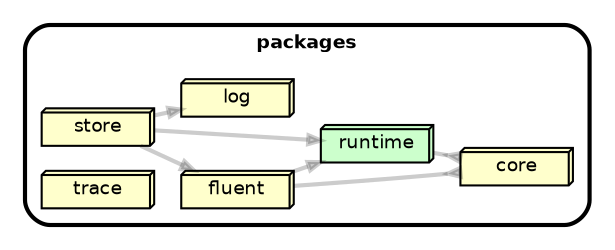
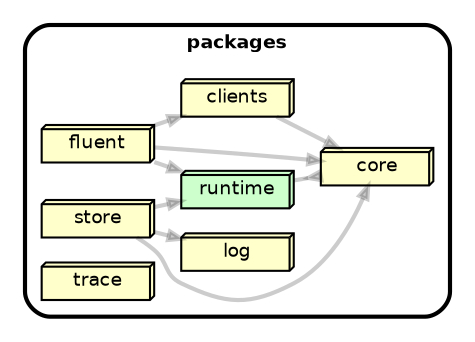
strict digraph "dependency-cruiser output"{
    rankdir="LR" splines="true" overlap="false" nodesep="0.16" ranksep="0.18" fontname="Helvetica-bold" fontsize="9" style="rounded,bold,filled" fillcolor="#ffffff" compound="true"
    node [shape="box" style="rounded, filled" height="0.2" color="black" fillcolor="#ffffcc" fontcolor="black" fontname="Helvetica" fontsize="9"]
    edge [arrowhead="normal" arrowsize="0.6" penwidth="2.0" color="#00000033" fontname="Helvetica" fontsize="9"]

+     subgraph "cluster_packages" {label="packages" "packages/clients" [label=<clients> tooltip="clients" URL="packages/clients" shape="box3d"] }
+     "packages/clients" -> "packages/core"
    subgraph "cluster_packages" {label="packages" "packages/core" [label=<core> tooltip="core" URL="packages/core" shape="box3d"] }
    subgraph "cluster_packages" {label="packages" "packages/fluent" [label=<fluent> tooltip="fluent" URL="packages/fluent" shape="box3d"] }
+     "packages/fluent" -> "packages/core"
    "packages/fluent" -> "packages/runtime"
-     "packages/fluent" -> "packages/core" [arrowhead="inv"]
+     "packages/fluent" -> "packages/clients"
    subgraph "cluster_packages" {label="packages" "packages/log" [label=<log> tooltip="log" URL="packages/log" shape="box3d"] }
    subgraph "cluster_packages" {label="packages" "packages/runtime" [label=<runtime> tooltip="runtime" URL="packages/runtime" fillcolor="#ccffcc" shape="box3d"] }
    "packages/runtime" -> "packages/core" [arrowhead="inv"]
    subgraph "cluster_packages" {label="packages" "packages/store" [label=<store> tooltip="store" URL="packages/store" shape="box3d"] }
-     "packages/store" -> "packages/fluent"
+     "packages/store" -> "packages/core"
    "packages/store" -> "packages/log"
    "packages/store" -> "packages/runtime"
    subgraph "cluster_packages" {label="packages" "packages/trace" [label=<trace> tooltip="trace" URL="packages/trace" shape="box3d"] }
}
